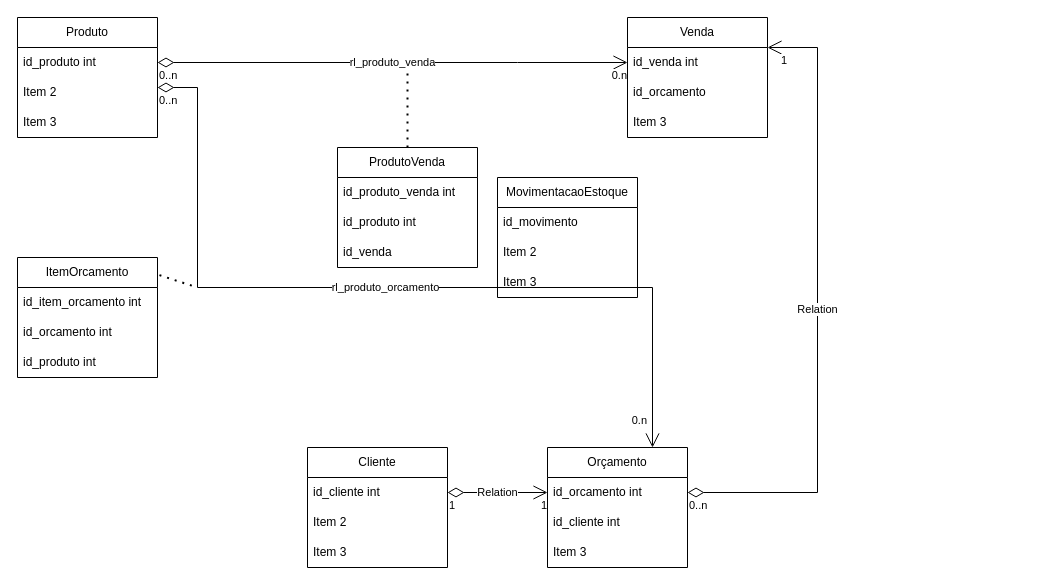
The draw.io diagram Diagrama sem nome.drawio in GabrielCastilhoRodrigues/LojaCelular, before the edit. Source tidied: cells renumbered, new cells numbered last; positions are measured from the earlier drawing's top-left corner, leaving out a move shared by most shapes. Both pictures are drawn from the tidied source at 100%, with x=0, y=0 at pixel (17, 17).
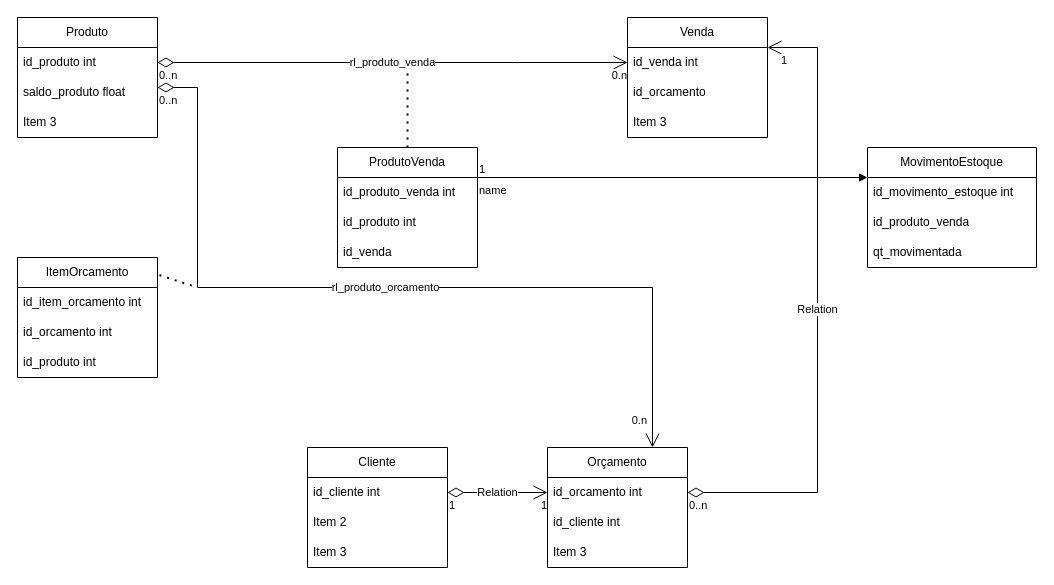
Above is the later version.

Commit message:
Conclusão Projeto

Unchanged cells that the change refers to:
```xml
<mxCell id="2" value="Produto" style="swimlane;fontStyle=0;horizontal=1;startSize=30;whiteSpace=wrap;html=1;" parent="1" vertex="1">
  <mxGeometry width="140" height="120" as="geometry" />
</mxCell>
<mxCell id="10" value="ProdutoVenda" style="swimlane;fontStyle=0;horizontal=1;startSize=30;whiteSpace=wrap;html=1;" parent="1" vertex="1">
  <mxGeometry x="320" y="130" width="140" height="120" as="geometry" />
</mxCell>
```

Change to the diagram source:
```diff
@@
-    <mxCell id="4" value="Item 2" style="text;strokeColor=none;fillColor=none;align=left;verticalAlign=middle;spacingLeft=4;spacingRight=4;overflow=hidden;whiteSpace=wrap;html=1;" parent="2" vertex="1">
+    <mxCell id="4" value="saldo_produto float" style="text;strokeColor=none;fillColor=none;align=left;verticalAlign=middle;spacingLeft=4;spacingRight=4;overflow=hidden;whiteSpace=wrap;html=1;" parent="2" vertex="1">
       <mxGeometry y="60" width="140" height="30" as="geometry" />
     </mxCell>
@@
-    <mxCell id="40" value="MovimentacaoEstoque" style="swimlane;fontStyle=0;horizontal=1;startSize=30;whiteSpace=wrap;html=1;" parent="1" vertex="1">
-      <mxGeometry x="480" y="160" width="140" height="120" as="geometry" />
+    <mxCell id="40" value="MovimentoEstoque" style="swimlane;fontStyle=0;horizontal=1;startSize=30;whiteSpace=wrap;html=1;" parent="1" vertex="1">
+      <mxGeometry x="850" y="130" width="169" height="120" as="geometry" />
     </mxCell>
-    <mxCell id="41" value="id_movimento" style="text;strokeColor=none;fillColor=none;align=left;verticalAlign=middle;spacingLeft=4;spacingRight=4;overflow=hidden;whiteSpace=wrap;html=1;" parent="40" vertex="1">
-      <mxGeometry y="30" width="140" height="30" as="geometry" />
+    <mxCell id="41" value="id_movimento_estoque int" style="text;strokeColor=none;fillColor=none;align=left;verticalAlign=middle;spacingLeft=4;spacingRight=4;overflow=hidden;whiteSpace=wrap;html=1;" parent="40" vertex="1">
+      <mxGeometry y="30" width="169" height="30" as="geometry" />
     </mxCell>
-    <mxCell id="42" value="Item 2" style="text;strokeColor=none;fillColor=none;align=left;verticalAlign=middle;spacingLeft=4;spacingRight=4;overflow=hidden;whiteSpace=wrap;html=1;" parent="40" vertex="1">
-      <mxGeometry y="60" width="140" height="30" as="geometry" />
+    <mxCell id="42" value="id_produto_venda" style="text;strokeColor=none;fillColor=none;align=left;verticalAlign=middle;spacingLeft=4;spacingRight=4;overflow=hidden;whiteSpace=wrap;html=1;" parent="40" vertex="1">
+      <mxGeometry y="60" width="169" height="30" as="geometry" />
     </mxCell>
-    <mxCell id="43" value="Item 3" style="text;strokeColor=none;fillColor=none;align=left;verticalAlign=middle;spacingLeft=4;spacingRight=4;overflow=hidden;whiteSpace=wrap;html=1;" parent="40" vertex="1">
-      <mxGeometry y="90" width="140" height="30" as="geometry" />
+    <mxCell id="43" value="qt_movimentada" style="text;strokeColor=none;fillColor=none;align=left;verticalAlign=middle;spacingLeft=4;spacingRight=4;overflow=hidden;whiteSpace=wrap;html=1;" parent="40" vertex="1">
+      <mxGeometry y="90" width="169" height="30" as="geometry" />
     </mxCell>
+    <mxCell id="44" value="name" style="endArrow=block;endFill=1;html=1;edgeStyle=orthogonalEdgeStyle;align=left;verticalAlign=top;rounded=0;exitX=1;exitY=0.25;exitDx=0;exitDy=0;entryX=0;entryY=0.25;entryDx=0;entryDy=0;" parent="1" edge="1" source="10" target="40">
+      <mxGeometry x="-1" relative="1" as="geometry" />
+    </mxCell>
+    <mxCell id="45" value="1" style="edgeLabel;html=1;align=left;verticalAlign=bottom;" parent="44" vertex="1">
+      <mxGeometry x="-1" relative="1" as="geometry" />
+    </mxCell>
```
